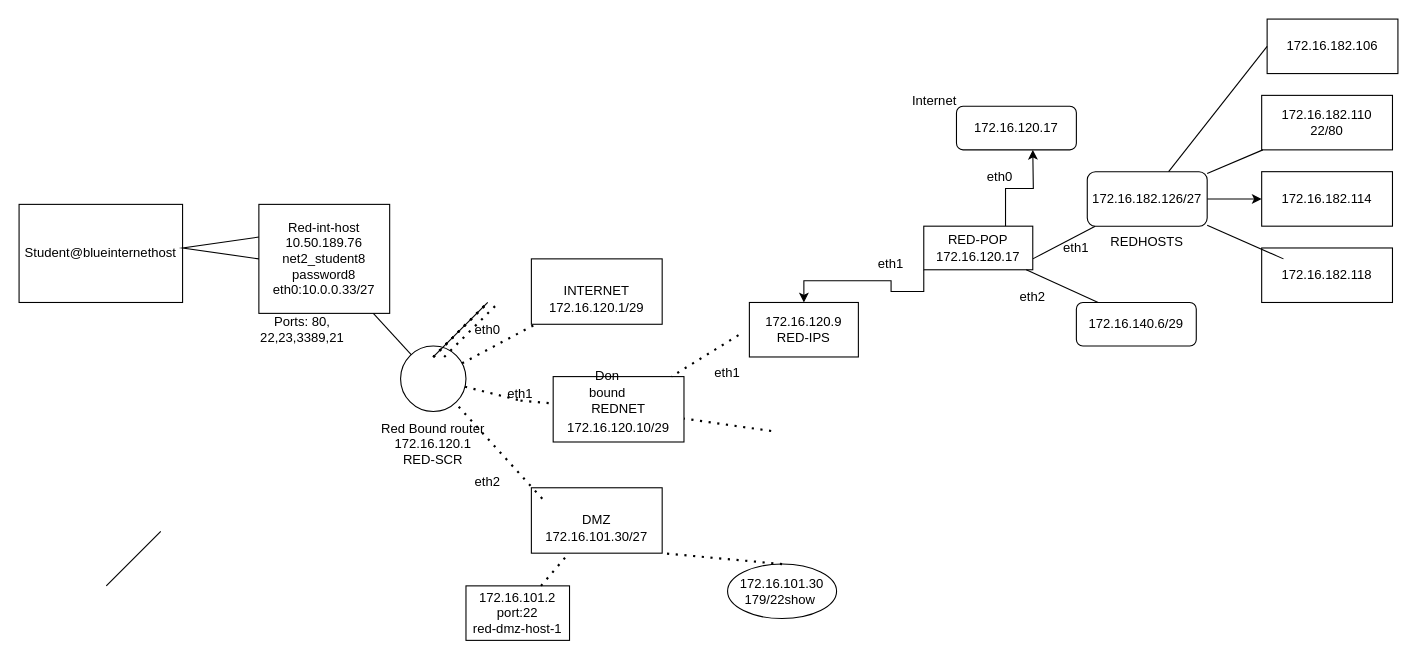
Earlier version of the draw.io diagram Untitled Diagram.drawio (3ns4n3/HTB_Notes). Source tidied: cells renumbered, new cells numbered last; positions are measured from the earlier drawing's top-left corner, leaving out a move shared by most shapes. Both pictures are drawn from the tidied source at 109%, with x=0, y=0 at pixel (19, 19).
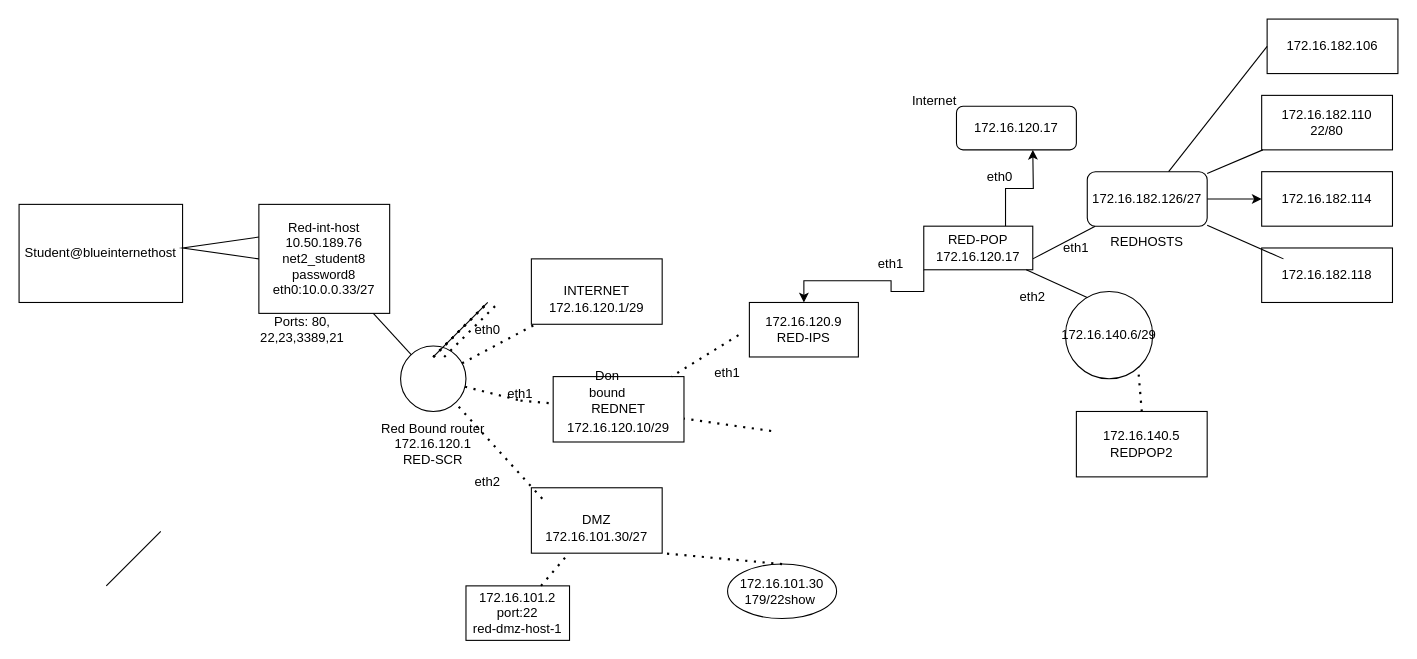
The same page after the edit.

What changed in the source:
```diff
@@
-    <mxCell id="49" value="172.16.140.6/29" style="rounded=1;whiteSpace=wrap;html=1;" parent="1" vertex="1">
-      <mxGeometry x="970" y="260" width="110" height="40" as="geometry" />
-    </mxCell>
@@
+    <mxCell id="59" value="172.16.140.5&lt;div&gt;REDPOP2&lt;/div&gt;" style="rounded=0;whiteSpace=wrap;html=1;" parent="1" vertex="1">
+      <mxGeometry x="970" y="360" width="120" height="60" as="geometry" />
+    </mxCell>
+    <mxCell id="60" style="endArrow=none;dashed=1;html=1;dashPattern=1 3;strokeWidth=2;rounded=0;entryX=0.5;entryY=1;entryDx=0;entryDy=0;exitX=0.5;exitY=0;exitDx=0;exitDy=0;" parent="1" edge="1" source="59">
+      <mxGeometry relative="1" as="geometry">
+        <mxPoint x="1025" y="300" as="targetPoint" />
+      </mxGeometry>
+    </mxCell>
+    <mxCell id="49" value="172.16.140.6/29" style="ellipse;whiteSpace=wrap;html=1;" parent="1" vertex="1">
+      <mxGeometry x="960" y="250" width="80" height="80" as="geometry" />
+    </mxCell>
```
